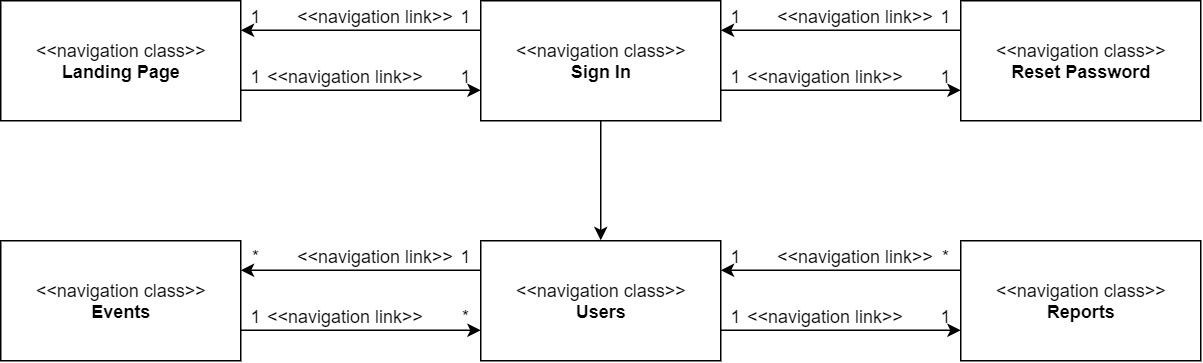
OmarAlghamdi/swe363-project-react keeps this draw.io diagram as diagrams/navigation/Admin.png. Above is the earlier version. Source tidied: cells renumbered, new cells last; positions are measured from the earlier drawing's top-left corner, leaving out a move shared by most shapes.
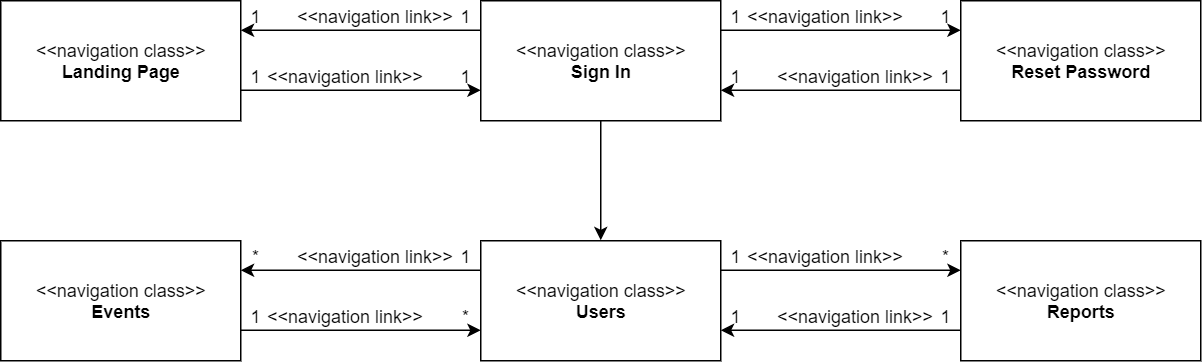
After the commit.

What changed in the source:
```diff
@@ -8,19 +8,19 @@
     <mxCell id="3" value="&amp;lt;&amp;lt;navigation class&amp;gt;&amp;gt;&lt;br&gt;&lt;b&gt;Landing Page&lt;/b&gt;" style="rounded=0;whiteSpace=wrap;html=1;" parent="1" vertex="1">
       <mxGeometry width="160" height="80" as="geometry" />
     </mxCell>
-    <mxCell id="4" style="edgeStyle=orthogonalEdgeStyle;rounded=0;jettySize=auto;html=1;exitX=1;exitY=0.75;exitDx=0;exitDy=0;entryX=0;entryY=0.75;entryDx=0;entryDy=0;startArrow=none;startFill=0;" parent="1" edge="1" source="7" target="9">
-      <mxGeometry relative="1" as="geometry" />
-    </mxCell>
     <mxCell id="5" style="edgeStyle=orthogonalEdgeStyle;rounded=0;jettySize=auto;html=1;exitX=0.5;exitY=1;exitDx=0;exitDy=0;entryX=0.5;entryY=0;entryDx=0;entryDy=0;startArrow=none;startFill=0;" parent="1" edge="1" source="7" target="12">
       <mxGeometry relative="1" as="geometry" />
     </mxCell>
     <mxCell id="6" style="edgeStyle=orthogonalEdgeStyle;rounded=0;jettySize=auto;html=1;exitX=0;exitY=0.25;exitDx=0;exitDy=0;entryX=1;entryY=0.25;entryDx=0;entryDy=0;" parent="1" edge="1" source="7" target="3">
       <mxGeometry relative="1" as="geometry" />
     </mxCell>
+    <mxCell id="4" style="edgeStyle=orthogonalEdgeStyle;rounded=0;jettySize=auto;html=1;exitX=1;exitY=0.25;exitDx=0;exitDy=0;entryX=0;entryY=0.25;entryDx=0;entryDy=0;" parent="1" edge="1" source="7" target="9">
+      <mxGeometry relative="1" as="geometry" />
+    </mxCell>
     <mxCell id="7" value="&amp;lt;&amp;lt;navigation class&amp;gt;&amp;gt;&lt;br&gt;&lt;b&gt;Sign In&lt;/b&gt;" style="rounded=0;whiteSpace=wrap;html=1;" parent="1" vertex="1">
       <mxGeometry x="320" width="160" height="80" as="geometry" />
     </mxCell>
-    <mxCell id="8" style="edgeStyle=orthogonalEdgeStyle;rounded=0;jettySize=auto;html=1;exitX=0;exitY=0.25;exitDx=0;exitDy=0;entryX=1;entryY=0.25;entryDx=0;entryDy=0;startArrow=none;startFill=0;" parent="1" edge="1" source="9" target="7">
+    <mxCell id="8" style="edgeStyle=orthogonalEdgeStyle;rounded=0;jettySize=auto;html=1;exitX=0;exitY=0.75;exitDx=0;exitDy=0;entryX=1;entryY=0.75;entryDx=0;entryDy=0;" parent="1" edge="1" source="9" target="7">
       <mxGeometry relative="1" as="geometry" />
     </mxCell>
     <mxCell id="9" value="&amp;lt;&amp;lt;navigation class&amp;gt;&amp;gt;&lt;br&gt;&lt;b&gt;Reset Password&lt;/b&gt;" style="rounded=0;whiteSpace=wrap;html=1;" parent="1" vertex="1">
@@ -29,13 +29,13 @@
     <mxCell id="10" style="edgeStyle=orthogonalEdgeStyle;rounded=0;jettySize=auto;html=1;exitX=0;exitY=0.25;exitDx=0;exitDy=0;entryX=1;entryY=0.25;entryDx=0;entryDy=0;startArrow=none;startFill=0;endArrow=classic;endFill=1;" parent="1" edge="1" source="12" target="16">
       <mxGeometry relative="1" as="geometry" />
     </mxCell>
-    <mxCell id="11" style="edgeStyle=orthogonalEdgeStyle;rounded=0;jettySize=auto;html=1;exitX=1;exitY=0.75;exitDx=0;exitDy=0;entryX=0;entryY=0.75;entryDx=0;entryDy=0;startArrow=none;startFill=0;endArrow=classic;endFill=1;" parent="1" edge="1" source="12" target="14">
+    <mxCell id="11" style="edgeStyle=orthogonalEdgeStyle;rounded=0;jettySize=auto;html=1;exitX=1;exitY=0.25;exitDx=0;exitDy=0;entryX=0;entryY=0.25;entryDx=0;entryDy=0;" parent="1" edge="1" source="12" target="14">
       <mxGeometry relative="1" as="geometry" />
     </mxCell>
     <mxCell id="12" value="&amp;lt;&amp;lt;navigation class&amp;gt;&amp;gt;&lt;br&gt;&lt;b&gt;Users&lt;/b&gt;" style="rounded=0;whiteSpace=wrap;html=1;" parent="1" vertex="1">
       <mxGeometry x="320" y="160" width="160" height="80" as="geometry" />
     </mxCell>
-    <mxCell id="13" style="edgeStyle=orthogonalEdgeStyle;rounded=0;jettySize=auto;html=1;exitX=0;exitY=0.25;exitDx=0;exitDy=0;entryX=1;entryY=0.25;entryDx=0;entryDy=0;startArrow=none;startFill=0;endArrow=classic;endFill=1;" parent="1" edge="1" source="14" target="12">
+    <mxCell id="13" style="edgeStyle=orthogonalEdgeStyle;rounded=0;jettySize=auto;html=1;exitX=0;exitY=0.75;exitDx=0;exitDy=0;entryX=1;entryY=0.75;entryDx=0;entryDy=0;" parent="1" edge="1" source="14" target="12">
       <mxGeometry relative="1" as="geometry" />
     </mxCell>
     <mxCell id="14" value="&amp;lt;&amp;lt;navigation class&amp;gt;&amp;gt;&lt;br&gt;&lt;b&gt;Reports&lt;/b&gt;" style="rounded=0;whiteSpace=wrap;html=1;" parent="1" vertex="1">
@@ -60,17 +60,11 @@
       <mxGeometry x="170" y="200" width="120" height="20" as="geometry" />
     </mxCell>
     <mxCell id="21" value="&amp;lt;&amp;lt;navigation link&amp;gt;&amp;gt;" style="text;html=1;align=center;verticalAlign=middle;" parent="1" vertex="1">
-      <mxGeometry x="510" width="120" height="20" as="geometry" />
+      <mxGeometry x="490" width="120" height="20" as="geometry" />
     </mxCell>
     <mxCell id="22" value="&amp;lt;&amp;lt;navigation link&amp;gt;&amp;gt;" style="text;html=1;align=center;verticalAlign=middle;" parent="1" vertex="1">
-      <mxGeometry x="490" y="40" width="120" height="20" as="geometry" />
+      <mxGeometry x="510" y="40" width="120" height="20" as="geometry" />
     </mxCell>
-    <mxCell id="23" value="&amp;lt;&amp;lt;navigation link&amp;gt;&amp;gt;" style="text;html=1;align=center;verticalAlign=middle;" parent="1" vertex="1">
-      <mxGeometry x="510" y="160" width="120" height="20" as="geometry" />
-    </mxCell>
-    <mxCell id="24" value="&amp;lt;&amp;lt;navigation link&amp;gt;&amp;gt;" style="text;html=1;align=center;verticalAlign=middle;" parent="1" vertex="1">
-      <mxGeometry x="490" y="200" width="120" height="20" as="geometry" />
-    </mxCell>
     <mxCell id="25" value="1" style="text;html=1;align=center;verticalAlign=middle;" parent="1" vertex="1">
       <mxGeometry x="300" y="160" width="20" height="20" as="geometry" />
     </mxCell>
@@ -119,5 +113,11 @@
     <mxCell id="40" value="1" style="text;html=1;align=center;verticalAlign=middle;" parent="1" vertex="1">
       <mxGeometry x="480" y="200" width="20" height="20" as="geometry" />
     </mxCell>
+    <mxCell id="41" value="&amp;lt;&amp;lt;navigation link&amp;gt;&amp;gt;" style="text;html=1;align=center;verticalAlign=middle;" parent="1" vertex="1">
+      <mxGeometry x="490" y="160" width="120" height="20" as="geometry" />
+    </mxCell>
+    <mxCell id="42" value="&amp;lt;&amp;lt;navigation link&amp;gt;&amp;gt;" style="text;html=1;align=center;verticalAlign=middle;" parent="1" vertex="1">
+      <mxGeometry x="510" y="200" width="120" height="20" as="geometry" />
+    </mxCell>
   </root>
 </mxGraphModel>
```
